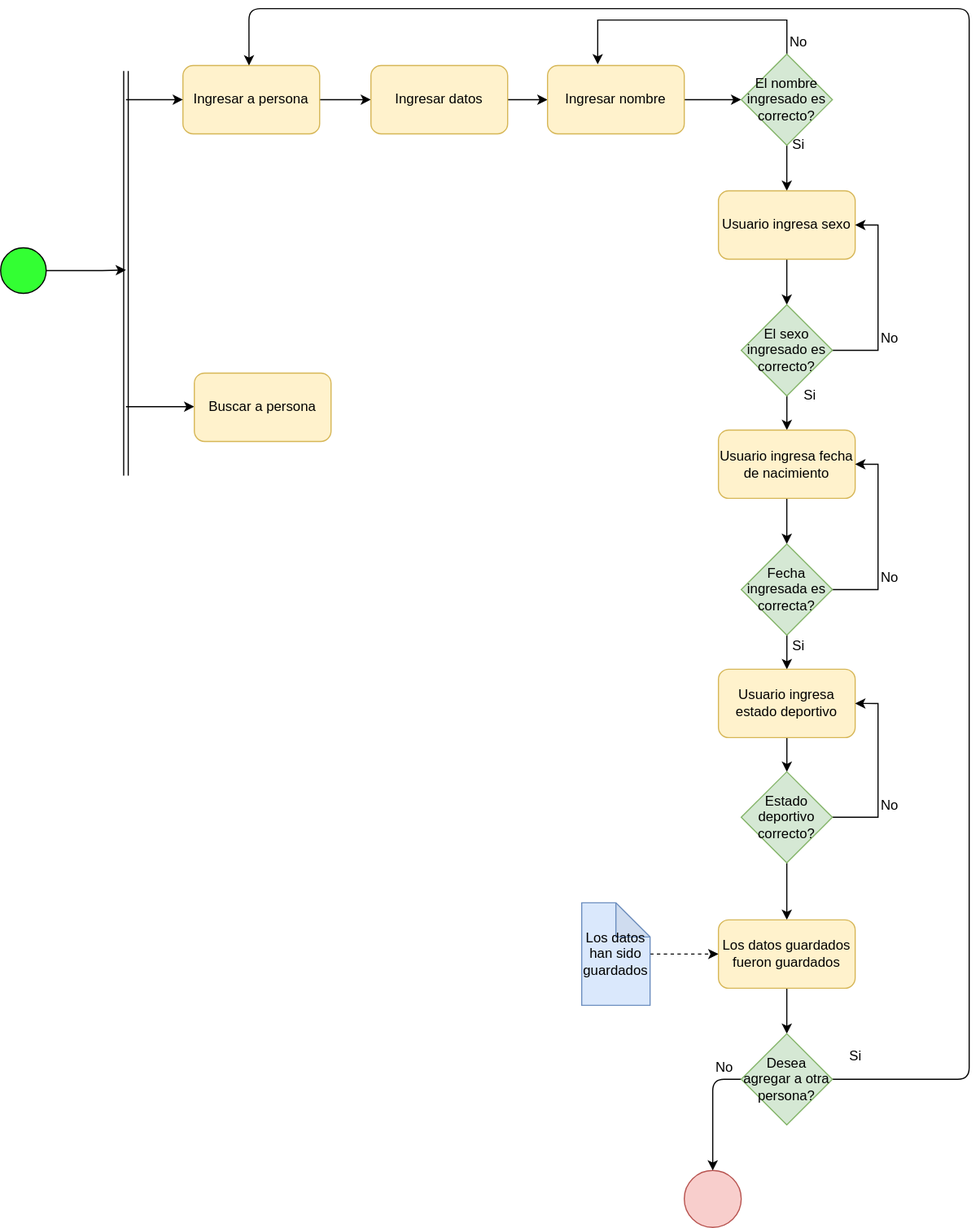
The draw.io diagram Diagramas/DiagActFuncionalidad.svg in MaxIbanez/Taller1P1_MI_JC, before a commit. Source tidied: cells renumbered, new cells last; positions are measured from the earlier drawing's top-left corner, leaving out a move shared by most shapes.
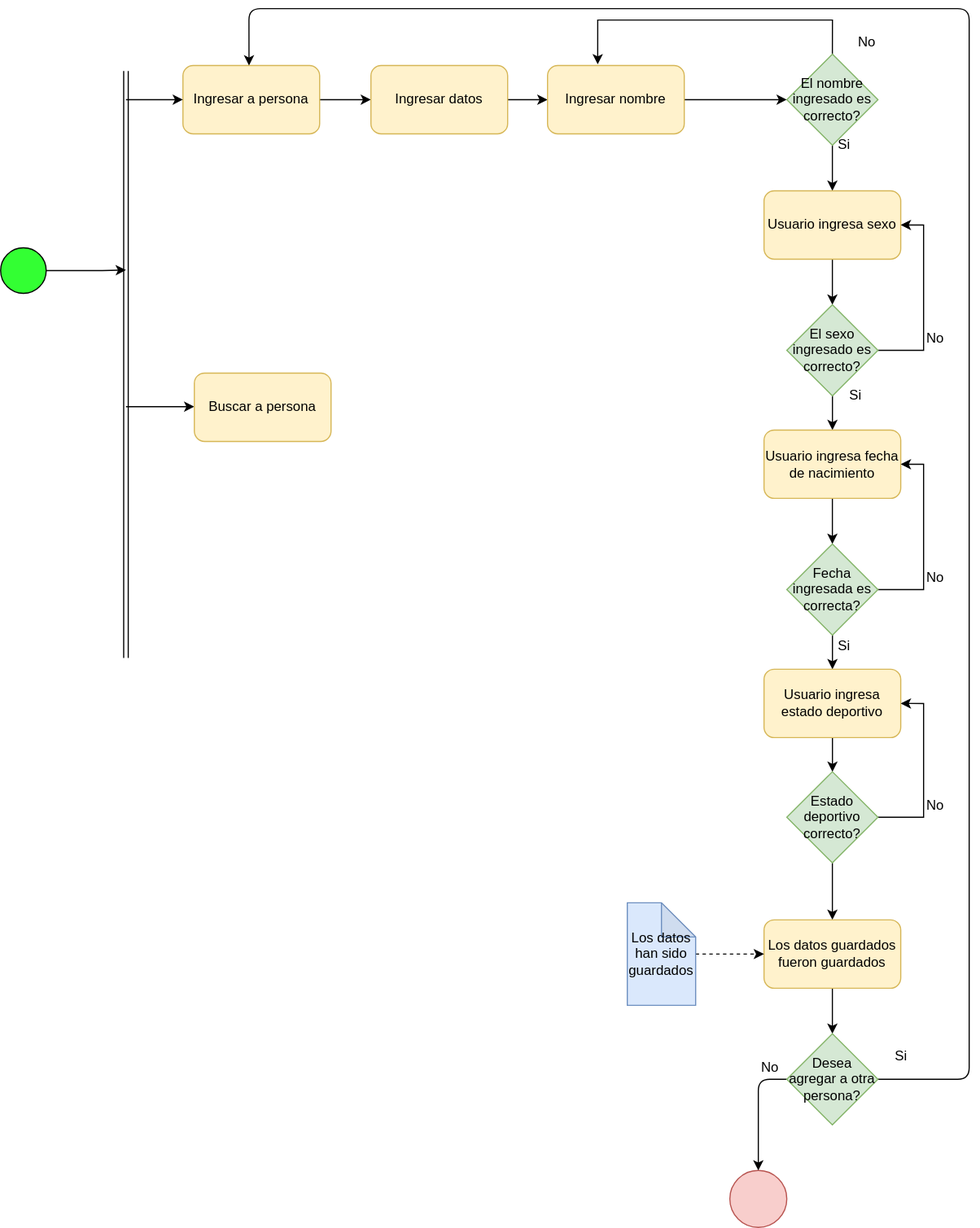
After the commit.

What changed in the source:
```diff
@@ -3,70 +3,72 @@
     <mxCell id="0" />
     <mxCell id="1" parent="0" />
     <mxCell id="2" style="ellipse;whiteSpace=wrap;html=1;fillColor=#33FF33;" parent="1" vertex="1">
-      <mxGeometry y="210" width="40" height="40" as="geometry" />
+      <mxGeometry x="-40" y="210" width="40" height="40" as="geometry" />
     </mxCell>
     <mxCell id="3" style="shape=link;html=1;" parent="1" edge="1">
       <mxGeometry relative="1" as="geometry">
-        <mxPoint x="110" y="54.9" as="sourcePoint" />
-        <mxPoint x="110" y="410" as="targetPoint" />
+        <mxPoint x="70" y="54.9" as="sourcePoint" />
+        <mxPoint x="70" y="570" as="targetPoint" />
       </mxGeometry>
     </mxCell>
     <mxCell id="4" style="edgeStyle=orthogonalEdgeStyle;rounded=0;jettySize=auto;html=1;" parent="1" edge="1" source="5" target="10">
       <mxGeometry relative="1" as="geometry" />
     </mxCell>
     <mxCell id="5" value="Ingresar a persona" style="rounded=1;whiteSpace=wrap;html=1;fillColor=#fff2cc;strokeColor=#d6b656;" parent="1" vertex="1">
-      <mxGeometry x="160" y="50" width="120" height="60" as="geometry" />
+      <mxGeometry x="120" y="50" width="120" height="60" as="geometry" />
     </mxCell>
     <mxCell id="6" style="endArrow=classic;html=1;entryX=0;entryY=0.5;entryDx=0;entryDy=0;" parent="1" edge="1" target="5">
       <mxGeometry relative="1" as="geometry">
-        <mxPoint x="110" y="80" as="sourcePoint" />
+        <mxPoint x="70" y="80" as="sourcePoint" />
       </mxGeometry>
     </mxCell>
     <mxCell id="7" style="endArrow=classic;html=1;entryX=0;entryY=0.5;entryDx=0;entryDy=0;" parent="1" edge="1">
       <mxGeometry relative="1" as="geometry">
-        <mxPoint x="110" y="349.5" as="sourcePoint" />
-        <mxPoint x="170" y="349.5" as="targetPoint" />
+        <mxPoint x="70" y="349.5" as="sourcePoint" />
+        <mxPoint x="130" y="349.5" as="targetPoint" />
       </mxGeometry>
     </mxCell>
     <mxCell id="8" value="Buscar a persona" style="rounded=1;whiteSpace=wrap;html=1;fillColor=#fff2cc;strokeColor=#d6b656;" parent="1" vertex="1">
-      <mxGeometry x="170" y="320" width="120" height="60" as="geometry" />
+      <mxGeometry x="130" y="320" width="120" height="60" as="geometry" />
     </mxCell>
     <mxCell id="9" style="edgeStyle=orthogonalEdgeStyle;rounded=0;jettySize=auto;html=1;" parent="1" edge="1" source="10" target="13">
       <mxGeometry relative="1" as="geometry" />
     </mxCell>
     <mxCell id="10" value="Ingresar datos" style="rounded=1;whiteSpace=wrap;html=1;fillColor=#fff2cc;strokeColor=#d6b656;" parent="1" vertex="1">
-      <mxGeometry x="325" y="50" width="120" height="60" as="geometry" />
+      <mxGeometry x="285" y="50" width="120" height="60" as="geometry" />
     </mxCell>
     <mxCell id="11" style="endArrow=classic;html=1;entryX=0;entryY=0.5;entryDx=0;entryDy=0;exitX=1;exitY=0.5;exitDx=0;exitDy=0;" parent="1" edge="1" source="2">
       <mxGeometry relative="1" as="geometry">
-        <mxPoint x="110" y="229.5" as="targetPoint" />
+        <mxPoint x="70" y="229.5" as="targetPoint" />
         <Array as="points">
-          <mxPoint x="90" y="230" />
+          <mxPoint x="50" y="230" />
         </Array>
       </mxGeometry>
     </mxCell>
-    <mxCell id="12" style="edgeStyle=orthogonalEdgeStyle;rounded=0;jettySize=auto;html=1;" parent="1" edge="1" source="13" target="16">
+    <mxCell id="12" style="edgeStyle=orthogonalEdgeStyle;rounded=1;sketch=0;jettySize=auto;html=1;shadow=0;strokeColor=#000000;strokeWidth=1;entryX=0;entryY=0.5;entryDx=0;entryDy=0;" parent="1" edge="1" source="13" target="16">
       <mxGeometry relative="1" as="geometry" />
     </mxCell>
     <mxCell id="13" value="Ingresar nombre" style="rounded=1;whiteSpace=wrap;html=1;fillColor=#fff2cc;strokeColor=#d6b656;" parent="1" vertex="1">
-      <mxGeometry x="480" y="50" width="120" height="60" as="geometry" />
+      <mxGeometry x="440" y="50" width="120" height="60" as="geometry" />
     </mxCell>
-    <mxCell id="14" style="edgeStyle=orthogonalEdgeStyle;rounded=0;jettySize=auto;html=1;entryX=0.367;entryY=-0.017;entryDx=0;entryDy=0;entryPerimeter=0;" parent="1" edge="1" source="16" target="13">
+    <mxCell id="14" style="edgeStyle=orthogonalEdgeStyle;rounded=0;jettySize=auto;html=1;entryX=0.367;entryY=-0.017;entryDx=0;entryDy=0;entryPerimeter=0;exitX=0.5;exitY=0;exitDx=0;exitDy=0;" parent="1" edge="1" source="16" target="13">
       <mxGeometry relative="1" as="geometry">
         <Array as="points">
           <mxPoint x="690" y="10" />
-          <mxPoint x="524" y="10" />
+          <mxPoint x="484" y="10" />
         </Array>
       </mxGeometry>
     </mxCell>
-    <mxCell id="15" style="edgeStyle=orthogonalEdgeStyle;rounded=0;jettySize=auto;html=1;" parent="1" edge="1" source="16" target="19">
-      <mxGeometry relative="1" as="geometry" />
+    <mxCell id="15" style="edgeStyle=orthogonalEdgeStyle;rounded=0;jettySize=auto;html=1;" parent="1" edge="1" target="19">
+      <mxGeometry relative="1" as="geometry">
+        <mxPoint x="690" y="120" as="sourcePoint" />
+      </mxGeometry>
     </mxCell>
     <mxCell id="16" value="El nombre ingresado es correcto?" style="rhombus;whiteSpace=wrap;html=1;fillColor=#d5e8d4;strokeColor=#82b366;" parent="1" vertex="1">
       <mxGeometry x="650" y="40" width="80" height="80" as="geometry" />
     </mxCell>
     <mxCell id="17" value="No" style="text;html=1;align=center;verticalAlign=middle;" parent="1" vertex="1">
-      <mxGeometry x="685" y="20" width="30" height="20" as="geometry" />
+      <mxGeometry x="705" y="20" width="30" height="20" as="geometry" />
     </mxCell>
     <mxCell id="18" style="edgeStyle=orthogonalEdgeStyle;rounded=0;jettySize=auto;html=1;" parent="1" edge="1" source="19" target="23">
       <mxGeometry relative="1" as="geometry" />
@@ -166,11 +168,11 @@
     </mxCell>
     <mxCell id="45" style="edgeStyle=orthogonalEdgeStyle;rounded=1;sketch=0;jettySize=auto;html=1;shadow=0;strokeColor=#000000;strokeWidth=1;" parent="1" edge="1" source="46">
       <mxGeometry relative="1" as="geometry">
-        <mxPoint x="218" y="50" as="targetPoint" />
+        <mxPoint x="178" y="50" as="targetPoint" />
         <Array as="points">
-          <mxPoint x="850" y="940" />
-          <mxPoint x="850" />
-          <mxPoint x="218" />
+          <mxPoint x="810" y="940" />
+          <mxPoint x="810" />
+          <mxPoint x="178" />
         </Array>
       </mxGeometry>
     </mxCell>
```
